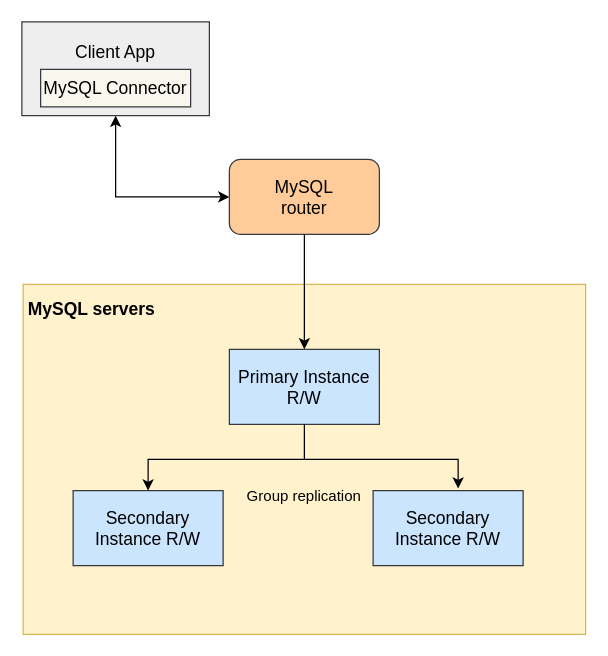
The draw.io diagram diagram/dashb_diagram.drawio in numnimjun/diagram, before the edit. Source tidied: cells renumbered, new cells numbered last; positions are measured from the earlier drawing's top-left corner, leaving out a move shared by most shapes. Both pictures are drawn from the tidied source at 125%, with x=0, y=0 at pixel (21, 21).
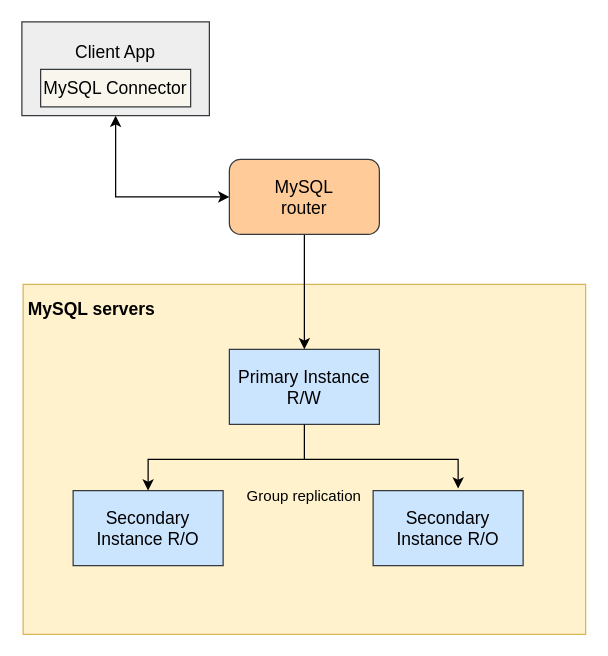
The same page after the edit.

Diff of the diagram source:
```diff
@@
-    <mxCell id="8" value="Secondary Instance R/W" style="text;html=1;strokeColor=#36393d;fillColor=#cce5ff;align=center;verticalAlign=middle;whiteSpace=wrap;rounded=0;fontSize=14;" parent="1" vertex="1">
+    <mxCell id="8" value="Secondary Instance R/O" style="text;html=1;strokeColor=#36393d;fillColor=#cce5ff;align=center;verticalAlign=middle;whiteSpace=wrap;rounded=0;fontSize=14;" parent="1" vertex="1">
       <mxGeometry x="41" y="375" width="120" height="60" as="geometry" />
     </mxCell>
-    <mxCell id="9" value="Secondary Instance R/W" style="text;html=1;strokeColor=#36393d;fillColor=#cce5ff;align=center;verticalAlign=middle;whiteSpace=wrap;rounded=0;fontSize=14;" parent="1" vertex="1">
+    <mxCell id="9" value="Secondary Instance R/O" style="text;html=1;strokeColor=#36393d;fillColor=#cce5ff;align=center;verticalAlign=middle;whiteSpace=wrap;rounded=0;fontSize=14;" parent="1" vertex="1">
       <mxGeometry x="281" y="375" width="120" height="60" as="geometry" />
     </mxCell>
```
